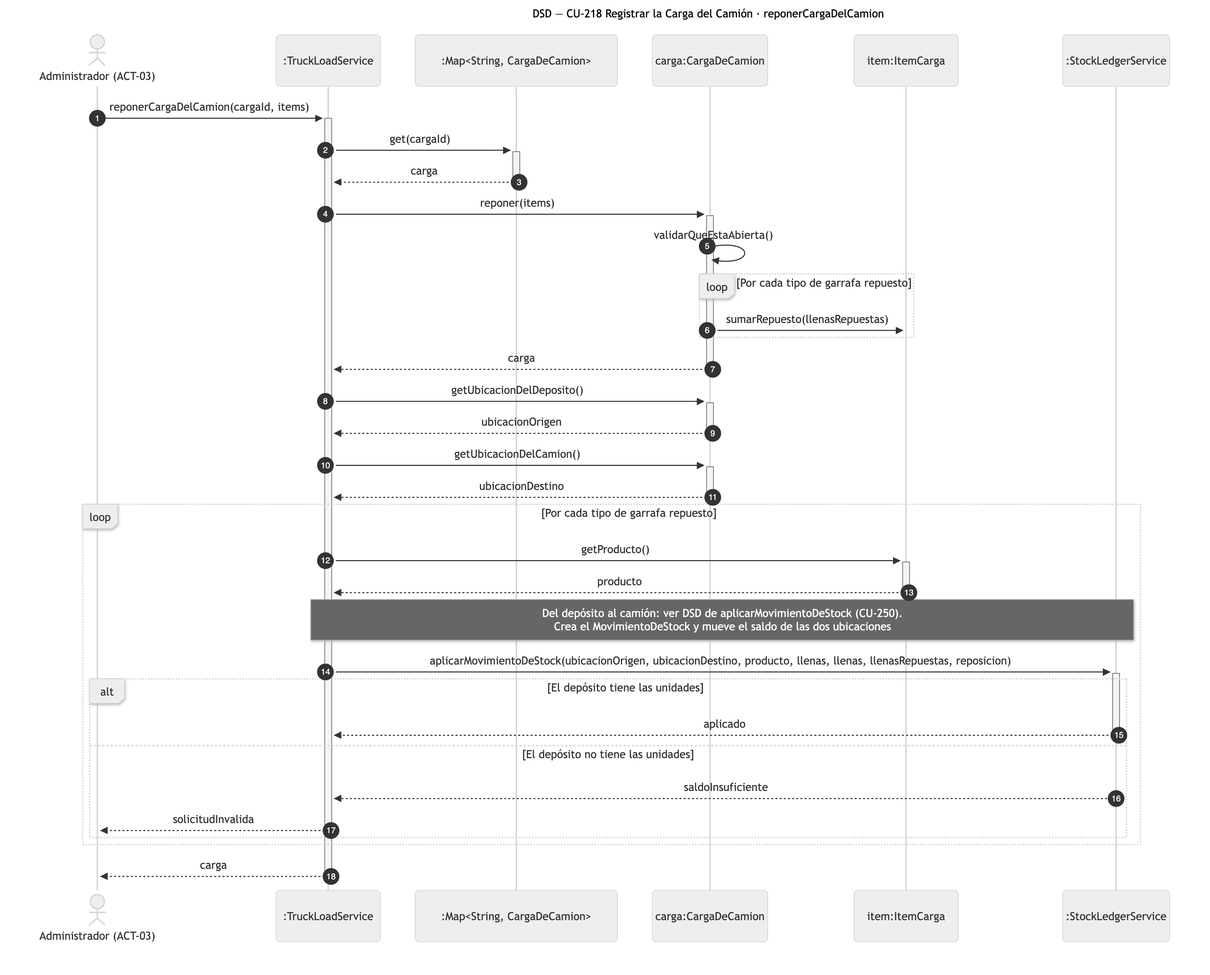
Before: diagramas/png/DSD_CU-218_reponerCargaDelCamion.png, a diagram exported from Mermaid (Nahuelito-Dev/splg-docs). Its source is kept beside it as diagramas/DSD_CU-218_reponerCargaDelCamion.mmd.
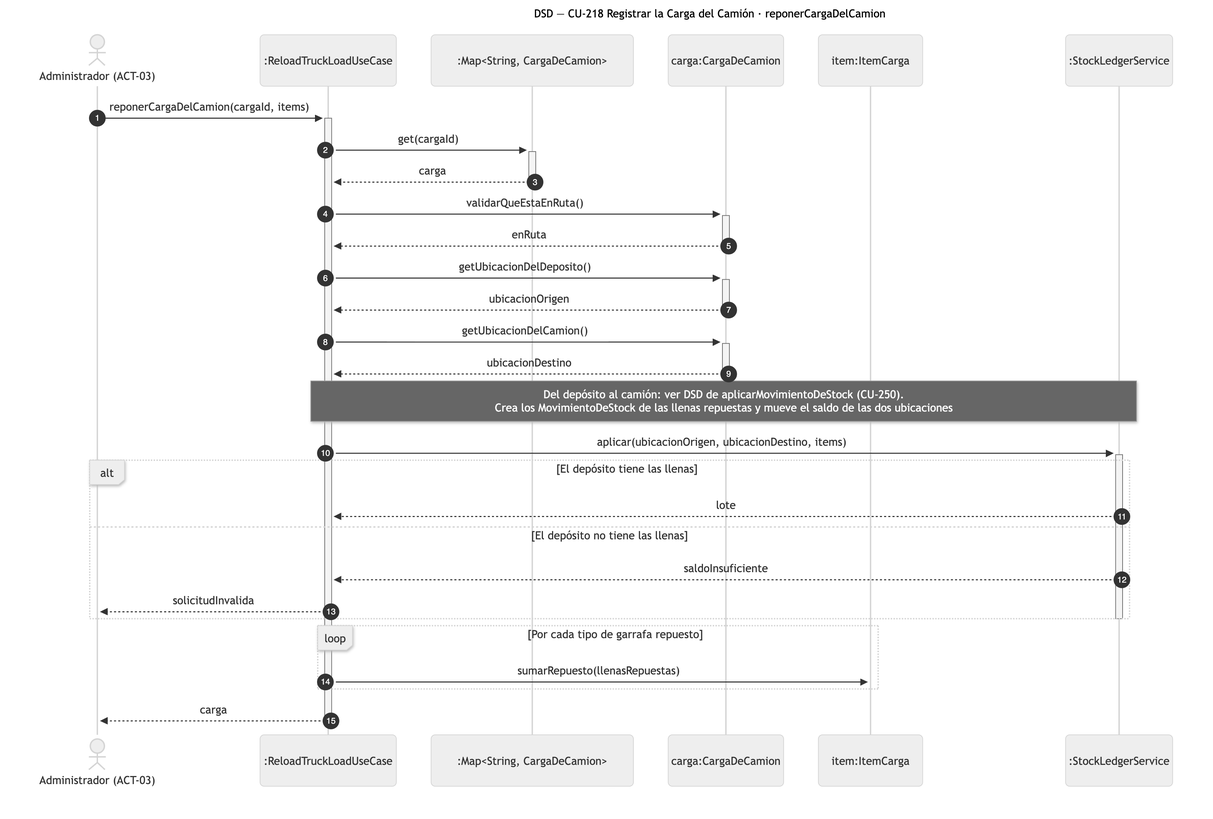
Later version of the same file.

Change to the diagram source:
```diff
@@ -2,7 +2,7 @@
     title DSD — CU-218 Registrar la Carga del Camión · reponerCargaDelCamion
     autonumber
     actor ADM as Administrador (ACT-03)
-    participant SRV as :TruckLoadService
+    participant SRV as :ReloadTruckLoadUseCase
     participant COL as :Map#lt;String, CargaDeCamion#gt;
     participant CAR as carga:CargaDeCamion
     participant ICA as item:ItemCarga
@@ -11,26 +11,22 @@
     ADM->>+SRV: reponerCargaDelCamion(cargaId, items)
     SRV->>+COL: get(cargaId)
     COL-->>-SRV: carga
-    SRV->>+CAR: reponer(items)
-    CAR->>CAR: validarQueEstaAbierta()
-    loop Por cada tipo de garrafa repuesto
-        CAR->>ICA: sumarRepuesto(llenasRepuestas)
-    end
-    CAR-->>-SRV: carga
+    SRV->>+CAR: validarQueEstaEnRuta()
+    CAR-->>-SRV: enRuta
     SRV->>+CAR: getUbicacionDelDeposito()
     CAR-->>-SRV: ubicacionOrigen
     SRV->>+CAR: getUbicacionDelCamion()
     CAR-->>-SRV: ubicacionDestino
+    Note over SRV,LED: Del depósito al camión: ver DSD de aplicarMovimientoDeStock (CU-250).<br/>Crea los MovimientoDeStock de las llenas repuestas y mueve el saldo de las dos ubicaciones
+    SRV->>+LED: aplicar(ubicacionOrigen, ubicacionDestino, items)
+    alt El depósito tiene las llenas
+        LED-->>SRV: lote
+    else El depósito no tiene las llenas
+        LED-->>SRV: saldoInsuficiente
+        SRV-->>ADM: solicitudInvalida
+    end
+    deactivate LED
     loop Por cada tipo de garrafa repuesto
-        SRV->>+ICA: getProducto()
-        ICA-->>-SRV: producto
-        Note over SRV,LED: Del depósito al camión: ver DSD de aplicarMovimientoDeStock (CU-250).<br/>Crea el MovimientoDeStock y mueve el saldo de las dos ubicaciones
-        SRV->>+LED: aplicarMovimientoDeStock(ubicacionOrigen, ubicacionDestino, producto, llenas, llenas, llenasRepuestas, reposicion)
-        alt El depósito tiene las unidades
-            LED-->>-SRV: aplicado
-        else El depósito no tiene las unidades
-            LED-->>SRV: saldoInsuficiente
-            SRV-->>ADM: solicitudInvalida
-        end
+        SRV->>ICA: sumarRepuesto(llenasRepuestas)
     end
     SRV-->>-ADM: carga
```
